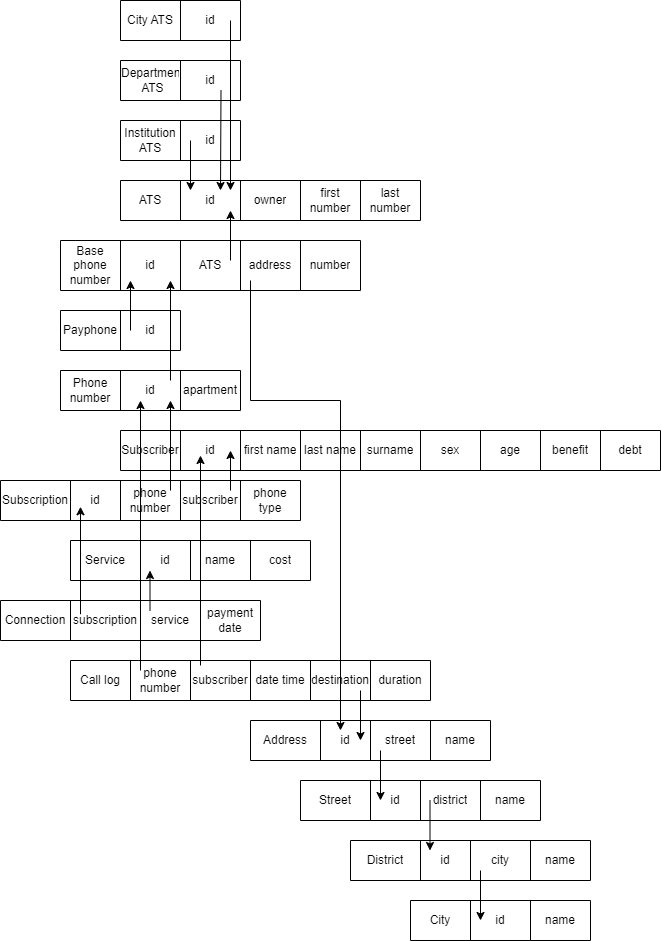
Flynis/citnis keeps this draw.io diagram as report/resources/vertical.png. Above is the earlier version. Source tidied: cells renumbered, new cells last; positions are measured from the earlier drawing's top-left corner, leaving out a move shared by most shapes.
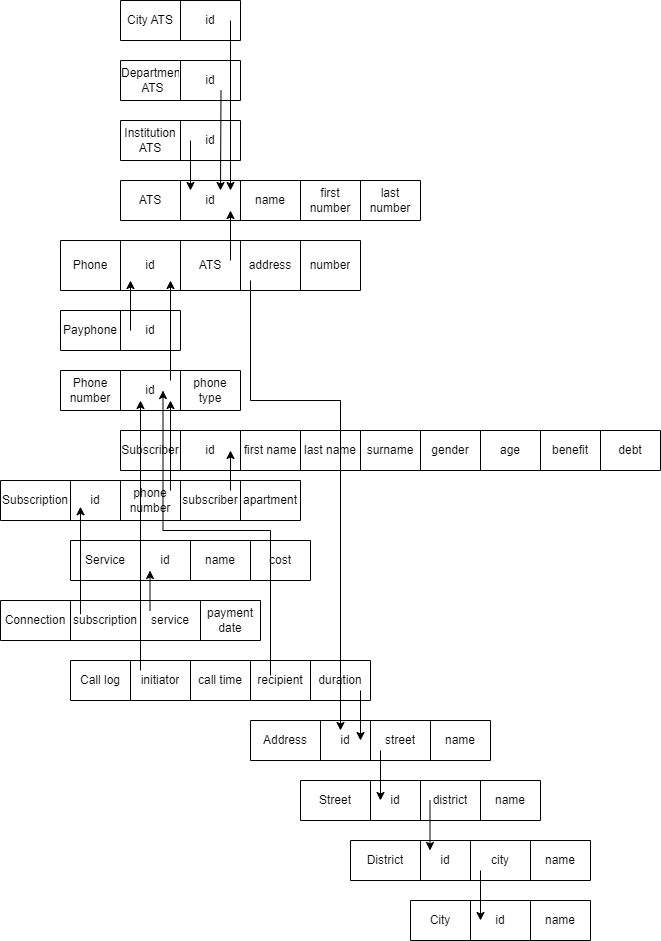
The same file after the commit.

Commit message:
logical repaired

Diff of the diagram source:
```diff
@@ -50,7 +50,7 @@
     <mxCell id="17" value="id" style="shape=partialRectangle;html=1;whiteSpace=wrap;strokeColor=inherit;overflow=hidden;fillColor=none;top=0;left=0;bottom=0;right=0;" parent="15" vertex="1">
       <mxGeometry x="60" width="60" height="40" as="geometry" />
     </mxCell>
-    <mxCell id="18" value="owner" style="shape=partialRectangle;html=1;whiteSpace=wrap;strokeColor=inherit;overflow=hidden;fillColor=none;top=0;left=0;bottom=0;right=0;" parent="15" vertex="1">
+    <mxCell id="18" value="name" style="shape=partialRectangle;html=1;whiteSpace=wrap;strokeColor=inherit;overflow=hidden;fillColor=none;top=0;left=0;bottom=0;right=0;" parent="15" vertex="1">
       <mxGeometry x="120" width="60" height="40" as="geometry" />
     </mxCell>
     <mxCell id="19" value="first number" style="shape=partialRectangle;html=1;whiteSpace=wrap;strokeColor=inherit;overflow=hidden;fillColor=none;top=0;left=0;bottom=0;right=0;" parent="15" vertex="1">
@@ -65,7 +65,7 @@
     <mxCell id="22" style="shape=tableRow;horizontal=0;startSize=0;swimlaneHead=0;swimlaneBody=0;strokeColor=inherit;top=0;left=0;bottom=0;right=0;fillColor=none;" parent="21" vertex="1">
       <mxGeometry width="300" height="50" as="geometry" />
     </mxCell>
-    <mxCell id="23" value="Base phone number" style="shape=partialRectangle;html=1;whiteSpace=wrap;strokeColor=inherit;overflow=hidden;fillColor=none;top=0;left=0;bottom=0;right=0;" parent="22" vertex="1">
+    <mxCell id="23" value="Phone" style="shape=partialRectangle;html=1;whiteSpace=wrap;strokeColor=inherit;overflow=hidden;fillColor=none;top=0;left=0;bottom=0;right=0;" parent="22" vertex="1">
       <mxGeometry width="60" height="50" as="geometry" />
     </mxCell>
     <mxCell id="24" value="id" style="shape=partialRectangle;html=1;whiteSpace=wrap;strokeColor=inherit;overflow=hidden;fillColor=none;top=0;left=0;bottom=0;right=0;" parent="22" vertex="1">
@@ -104,7 +104,7 @@
     <mxCell id="35" value="id" style="shape=partialRectangle;html=1;whiteSpace=wrap;strokeColor=inherit;overflow=hidden;fillColor=none;top=0;left=0;bottom=0;right=0;" parent="33" vertex="1">
       <mxGeometry x="60" width="60" height="40" as="geometry" />
     </mxCell>
-    <mxCell id="36" value="apartment" style="shape=partialRectangle;html=1;whiteSpace=wrap;strokeColor=inherit;overflow=hidden;fillColor=none;top=0;left=0;bottom=0;right=0;" parent="33" vertex="1">
+    <mxCell id="36" value="phone type" style="shape=partialRectangle;html=1;whiteSpace=wrap;strokeColor=inherit;overflow=hidden;fillColor=none;top=0;left=0;bottom=0;right=0;" parent="33" vertex="1">
       <mxGeometry x="120" width="60" height="40" as="geometry" />
     </mxCell>
     <mxCell id="37" style="shape=table;startSize=0;" parent="1" vertex="1">
@@ -128,7 +128,7 @@
     <mxCell id="43" value="surname" style="shape=partialRectangle;html=1;whiteSpace=wrap;strokeColor=inherit;overflow=hidden;fillColor=none;top=0;left=0;bottom=0;right=0;" parent="38" vertex="1">
       <mxGeometry x="240" width="60" height="40" as="geometry" />
     </mxCell>
-    <mxCell id="44" value="sex" style="shape=partialRectangle;html=1;whiteSpace=wrap;strokeColor=inherit;overflow=hidden;fillColor=none;top=0;left=0;bottom=0;right=0;" parent="38" vertex="1">
+    <mxCell id="44" value="gender" style="shape=partialRectangle;html=1;whiteSpace=wrap;strokeColor=inherit;overflow=hidden;fillColor=none;top=0;left=0;bottom=0;right=0;" parent="38" vertex="1">
       <mxGeometry x="300" width="60" height="40" as="geometry" />
     </mxCell>
     <mxCell id="45" value="age" style="shape=partialRectangle;html=1;whiteSpace=wrap;strokeColor=inherit;overflow=hidden;fillColor=none;top=0;left=0;bottom=0;right=0;" parent="38" vertex="1">
@@ -158,7 +158,7 @@
     <mxCell id="53" value="subscriber" style="shape=partialRectangle;html=1;whiteSpace=wrap;strokeColor=inherit;overflow=hidden;fillColor=none;top=0;left=0;bottom=0;right=0;" parent="49" vertex="1">
       <mxGeometry x="180" width="60" height="40" as="geometry" />
     </mxCell>
-    <mxCell id="54" value="phone type" style="shape=partialRectangle;html=1;whiteSpace=wrap;strokeColor=inherit;overflow=hidden;fillColor=none;top=0;left=0;bottom=0;right=0;" parent="49" vertex="1">
+    <mxCell id="54" value="apartment" style="shape=partialRectangle;html=1;whiteSpace=wrap;strokeColor=inherit;overflow=hidden;fillColor=none;top=0;left=0;bottom=0;right=0;" parent="49" vertex="1">
       <mxGeometry x="240" width="60" height="40" as="geometry" />
     </mxCell>
     <mxCell id="55" style="shape=table;startSize=0;" parent="1" vertex="1">
@@ -198,29 +198,26 @@
       <mxGeometry x="200" width="60" height="40" as="geometry" />
     </mxCell>
     <mxCell id="67" style="shape=table;startSize=0;" parent="1" vertex="1">
-      <mxGeometry x="70" y="660" width="360" height="40" as="geometry" />
+      <mxGeometry x="70" y="660" width="300" height="40" as="geometry" />
     </mxCell>
     <mxCell id="68" style="shape=tableRow;horizontal=0;startSize=0;swimlaneHead=0;swimlaneBody=0;strokeColor=inherit;top=0;left=0;bottom=0;right=0;fillColor=none;" parent="67" vertex="1">
-      <mxGeometry width="360" height="40" as="geometry" />
+      <mxGeometry width="300" height="40" as="geometry" />
     </mxCell>
     <mxCell id="69" value="Call log" style="shape=partialRectangle;html=1;whiteSpace=wrap;strokeColor=inherit;overflow=hidden;fillColor=none;top=0;left=0;bottom=0;right=0;" parent="68" vertex="1">
       <mxGeometry width="60" height="40" as="geometry" />
     </mxCell>
-    <mxCell id="70" value="phone number" style="shape=partialRectangle;html=1;whiteSpace=wrap;strokeColor=inherit;overflow=hidden;fillColor=none;top=0;left=0;bottom=0;right=0;" parent="68" vertex="1">
+    <mxCell id="70" value="initiator" style="shape=partialRectangle;html=1;whiteSpace=wrap;strokeColor=inherit;overflow=hidden;fillColor=none;top=0;left=0;bottom=0;right=0;" parent="68" vertex="1">
       <mxGeometry x="60" width="60" height="40" as="geometry" />
     </mxCell>
-    <mxCell id="71" value="subscriber" style="shape=partialRectangle;html=1;whiteSpace=wrap;strokeColor=inherit;overflow=hidden;fillColor=none;top=0;left=0;bottom=0;right=0;" parent="68" vertex="1">
+    <mxCell id="71" value="call time" style="shape=partialRectangle;html=1;whiteSpace=wrap;strokeColor=inherit;overflow=hidden;fillColor=none;top=0;left=0;bottom=0;right=0;" parent="68" vertex="1">
       <mxGeometry x="120" width="60" height="40" as="geometry" />
     </mxCell>
-    <mxCell id="72" value="date time" style="shape=partialRectangle;html=1;whiteSpace=wrap;strokeColor=inherit;overflow=hidden;fillColor=none;top=0;left=0;bottom=0;right=0;" parent="68" vertex="1">
+    <mxCell id="72" value="recipient" style="shape=partialRectangle;html=1;whiteSpace=wrap;strokeColor=inherit;overflow=hidden;fillColor=none;top=0;left=0;bottom=0;right=0;" parent="68" vertex="1">
       <mxGeometry x="180" width="60" height="40" as="geometry" />
     </mxCell>
-    <mxCell id="73" value="destination" style="shape=partialRectangle;html=1;whiteSpace=wrap;strokeColor=inherit;overflow=hidden;fillColor=none;top=0;left=0;bottom=0;right=0;" parent="68" vertex="1">
+    <mxCell id="73" value="duration" style="shape=partialRectangle;html=1;whiteSpace=wrap;strokeColor=inherit;overflow=hidden;fillColor=none;top=0;left=0;bottom=0;right=0;" parent="68" vertex="1">
       <mxGeometry x="240" width="60" height="40" as="geometry" />
     </mxCell>
-    <mxCell id="74" value="duration" style="shape=partialRectangle;html=1;whiteSpace=wrap;strokeColor=inherit;overflow=hidden;fillColor=none;top=0;left=0;bottom=0;right=0;" parent="68" vertex="1">
-      <mxGeometry x="300" width="60" height="40" as="geometry" />
-    </mxCell>
     <mxCell id="75" style="shape=table;startSize=0;" parent="1" vertex="1">
       <mxGeometry x="410" y="900" width="180" height="40" as="geometry" />
     </mxCell>
@@ -378,12 +375,6 @@
         <mxPoint x="140" y="400" as="targetPoint" />
       </mxGeometry>
     </mxCell>
-    <mxCell id="112" style="endArrow=classic;html=1;rounded=0;" parent="1" edge="1">
-      <mxGeometry relative="1" as="geometry">
-        <mxPoint x="200" y="665" as="sourcePoint" />
-        <mxPoint x="200" y="455" as="targetPoint" />
-      </mxGeometry>
-    </mxCell>
     <mxCell id="113" style="endArrow=classic;html=1;rounded=0;" parent="1" edge="1">
       <mxGeometry relative="1" as="geometry">
         <mxPoint x="149.5" y="610" as="sourcePoint" />
@@ -396,5 +387,16 @@
         <mxPoint x="360" y="740" as="targetPoint" />
       </mxGeometry>
     </mxCell>
+    <mxCell id="115" style="endArrow=classic;html=1;rounded=0;edgeStyle=orthogonalEdgeStyle;" parent="1" edge="1">
+      <mxGeometry relative="1" as="geometry">
+        <mxPoint x="270" y="675" as="sourcePoint" />
+        <mxPoint x="162.5" y="390" as="targetPoint" />
+        <Array as="points">
+          <mxPoint x="270" y="675" />
+          <mxPoint x="270" y="530" />
+          <mxPoint x="163" y="530" />
+        </Array>
+      </mxGeometry>
+    </mxCell>
   </root>
 </mxGraphModel>
```
